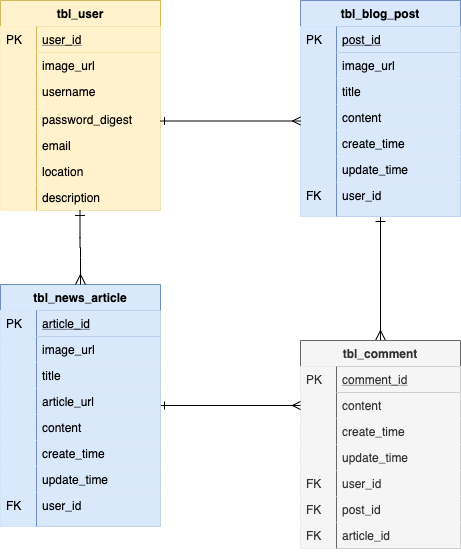
The draw.io diagram assets/Plus_Side_Diagram_Two_Posts.png in Sunnydayz77/the-plus-side, before a commit. Source tidied: cells renumbered, new cells last; positions are measured from the earlier drawing's top-left corner, leaving out a move shared by most shapes.
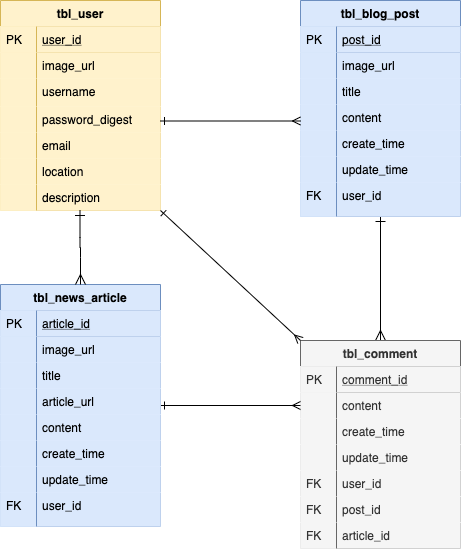
After the commit.

Commit message:
fixed rendering of data from back-end to front-end & updated ERD

Diff of the diagram source:
```diff
@@ -205,5 +205,8 @@
         <mxPoint x="300" y="120.5" as="targetPoint" />
       </mxGeometry>
     </mxCell>
+    <mxCell id="68" style="rounded=0;jettySize=auto;html=1;startArrow=ERone;startFill=0;endArrow=ERmany;endFill=0;entryX=0;entryY=0;entryDx=0;entryDy=0;exitX=1;exitY=1;exitDx=0;exitDy=0;" parent="1" edge="1" source="51" target="18">
+      <mxGeometry relative="1" as="geometry" />
+    </mxCell>
   </root>
 </mxGraphModel>
```
